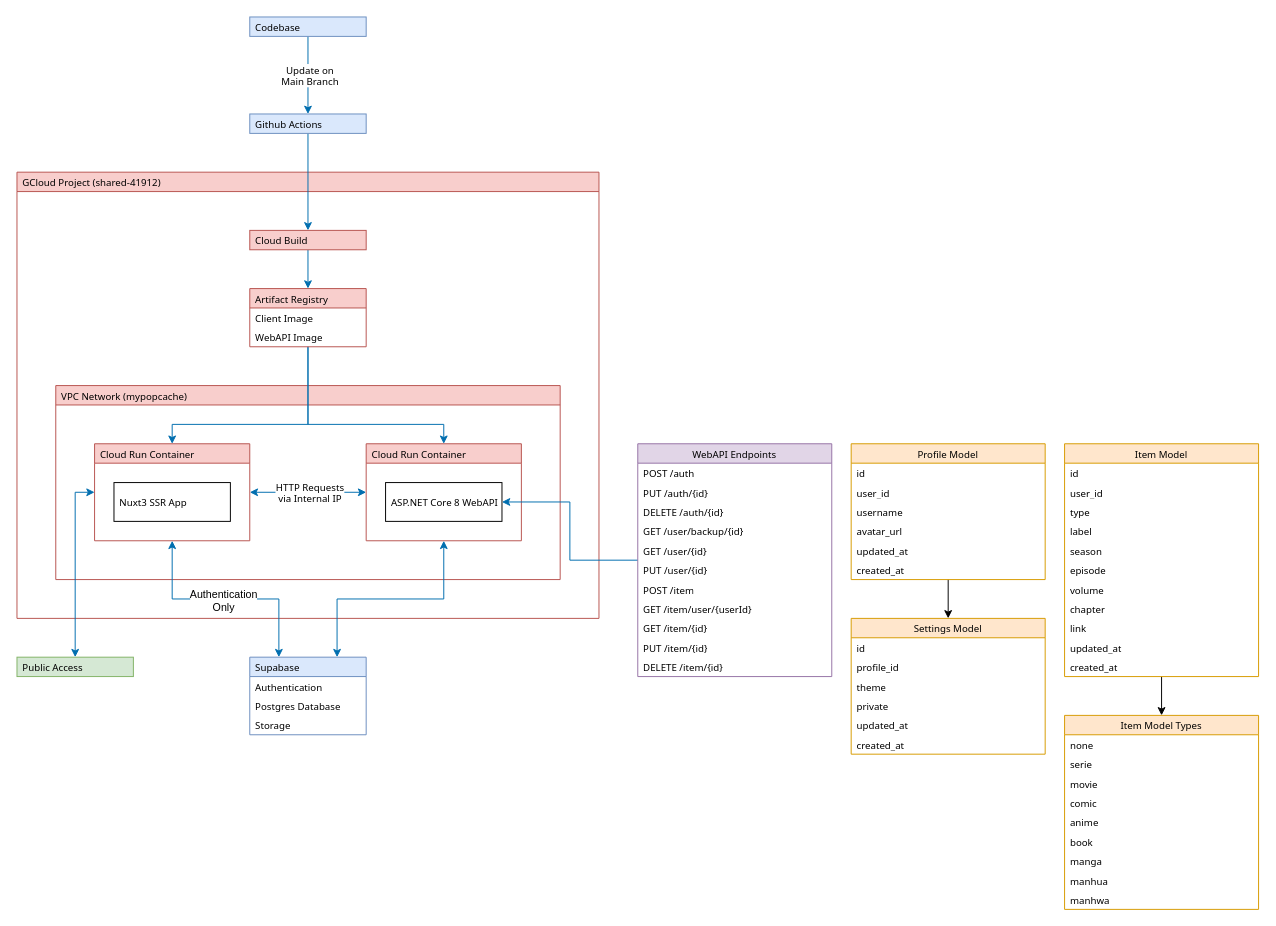
Earlier version of the draw.io diagram Infrastructure.drawio (hs-wolf/mypopcache). Source tidied: cells renumbered, new cells numbered last; positions are measured from the earlier drawing's top-left corner, leaving out a move shared by most shapes. Both pictures are drawn from the tidied source at 97%, with x=0, y=0 at pixel (16, 16).
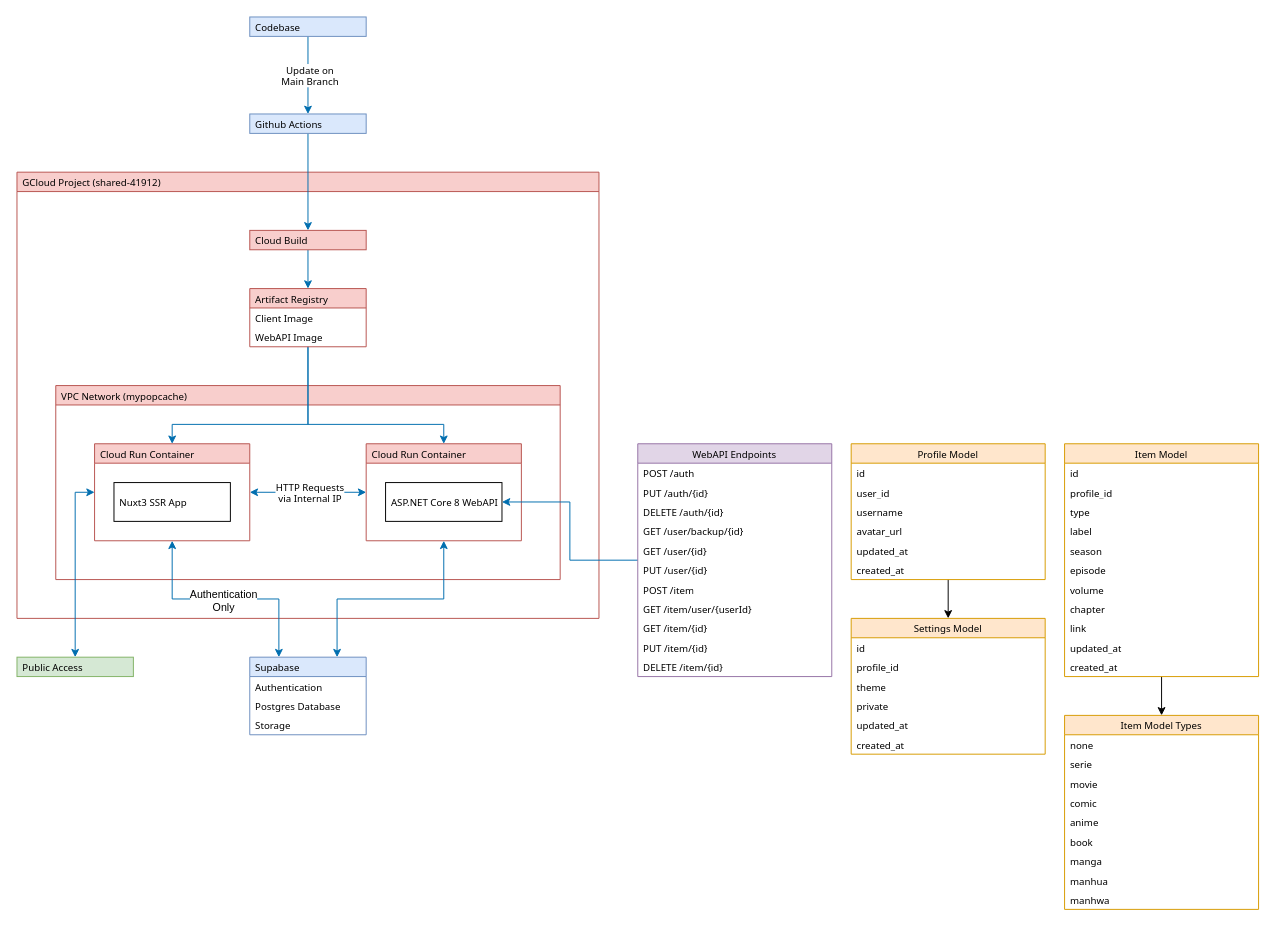
The same diagram, later.

Unchanged cells that the change refers to:
```xml
<mxCell id="52" value="Item Model" style="swimlane;fontStyle=0;horizontal=1;startSize=20;whiteSpace=wrap;html=1;fillColor=#ffe6cc;strokeColor=#d79b00;fontFamily=Tahoma;fontSize=10;" parent="1" vertex="1">
  <mxGeometry x="1080" y="440" width="200" height="240" as="geometry" />
</mxCell>
```

The edit, as a diff of the source:
```diff
@@
-    <mxCell id="54" value="&lt;div&gt;user_id&lt;/div&gt;" style="text;strokeColor=none;fillColor=none;align=left;verticalAlign=middle;spacingLeft=4;spacingRight=4;overflow=hidden;whiteSpace=wrap;html=1;fontFamily=Tahoma;fontSize=10;" parent="52" vertex="1">
+    <mxCell id="54" value="&lt;div&gt;profile_id&lt;/div&gt;" style="text;strokeColor=none;fillColor=none;align=left;verticalAlign=middle;spacingLeft=4;spacingRight=4;overflow=hidden;whiteSpace=wrap;html=1;fontFamily=Tahoma;fontSize=10;" parent="52" vertex="1">
       <mxGeometry y="40" width="200" height="20" as="geometry" />
     </mxCell>
```
